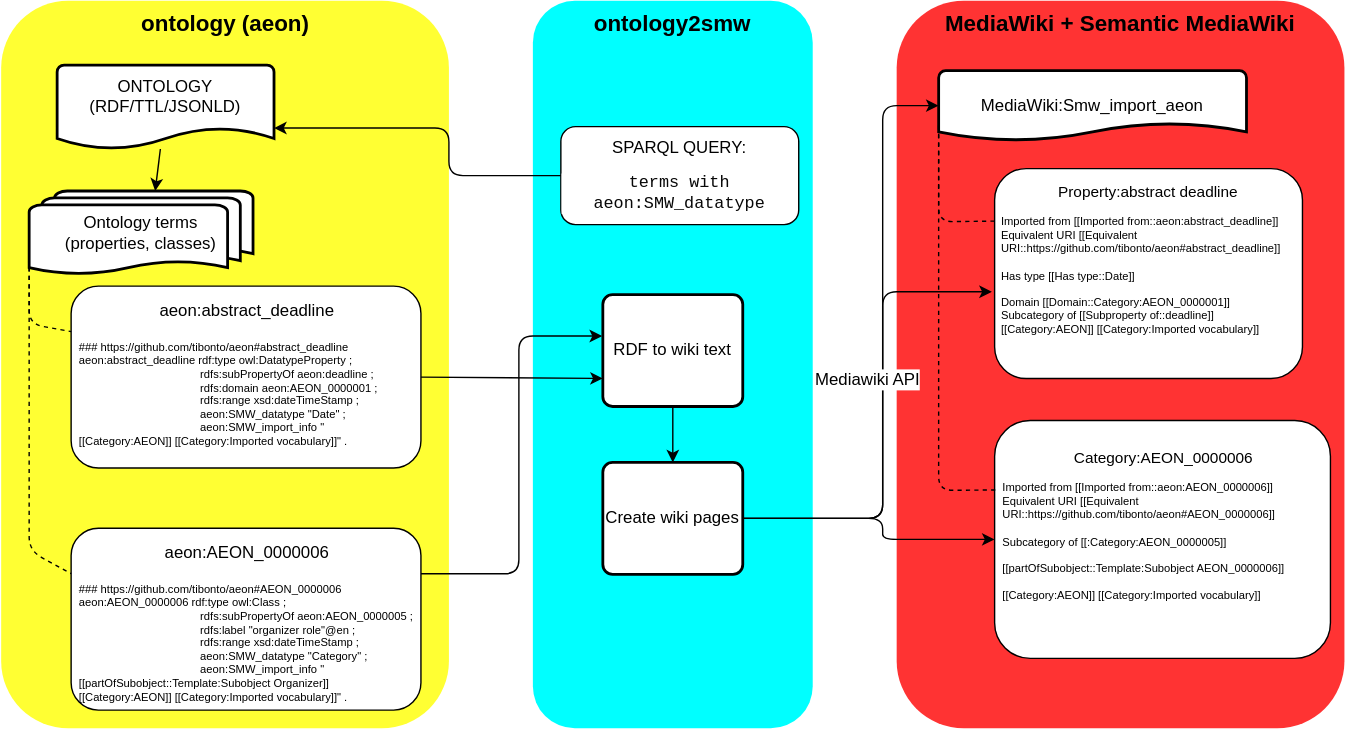
andrecastro0o/ontology2smw keeps this draw.io diagram as docs/ontology2smw_aeon.svg. Above is the earlier version. Source tidied: cells renumbered, new cells last; positions are measured from the earlier drawing's top-left corner, leaving out a move shared by most shapes.
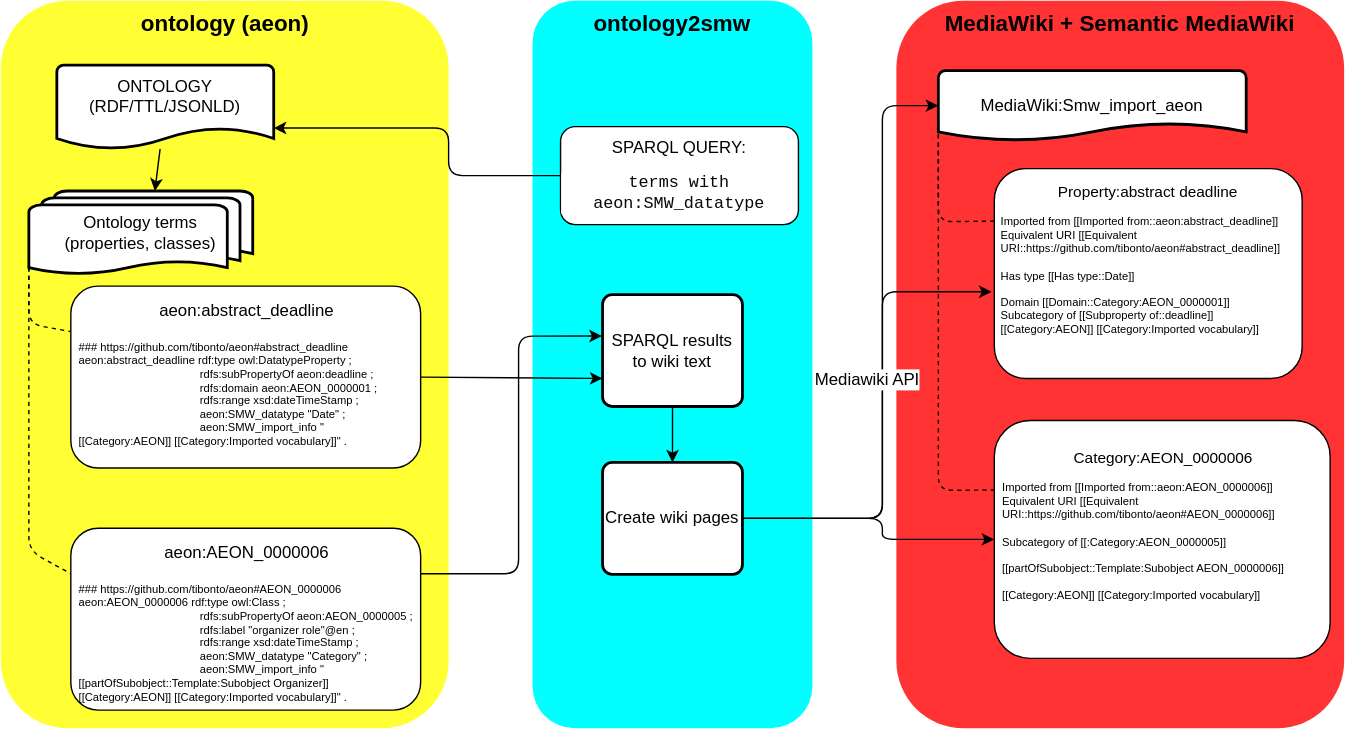
Later version of the same file.

Commit message:
Update ontology2smw_aeon.svg with SPARQL results

What changed in the source:
```diff
@@ -82,7 +82,7 @@
         </Array>
       </mxGeometry>
     </mxCell>
-    <mxCell id="20" value="&lt;div align=&quot;center&quot;&gt;&lt;font style=&quot;font-size: 12px&quot;&gt;RDF to wiki text&lt;/font&gt;&lt;br&gt;&lt;/div&gt;" style="rounded=1;whiteSpace=wrap;html=1;absoluteArcSize=1;arcSize=14;strokeWidth=2;shadow=0;glass=0;sketch=0;fontSize=8;align=center;" parent="1" vertex="1">
+    <mxCell id="20" value="&lt;div align=&quot;center&quot;&gt;&lt;font style=&quot;font-size: 12px&quot;&gt;SPARQL results to wiki text&lt;/font&gt;&lt;br&gt;&lt;/div&gt;" style="rounded=1;whiteSpace=wrap;html=1;absoluteArcSize=1;arcSize=14;strokeWidth=2;shadow=0;glass=0;sketch=0;fontSize=8;align=center;" parent="1" vertex="1">
       <mxGeometry x="430" y="210" width="100" height="80" as="geometry" />
     </mxCell>
     <mxCell id="21" style="endArrow=classic;html=1;fontSize=8;entryX=0;entryY=0.75;entryDx=0;entryDy=0;rounded=1;exitX=1;exitY=0.5;exitDx=0;exitDy=0;" parent="1" edge="1" source="13" target="20">
```
